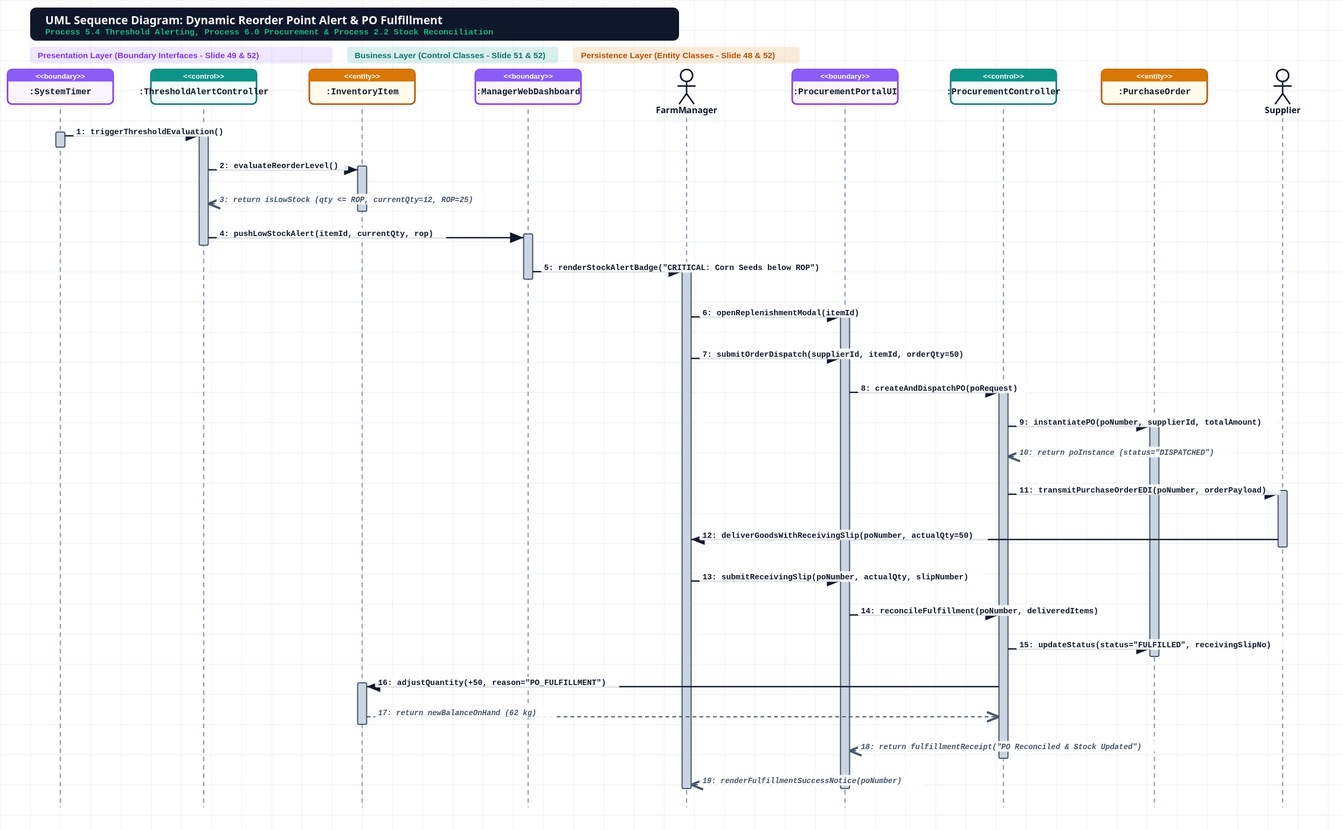
frhetto/Farm-Inventory-Manager keeps this draw.io diagram as diagrams/Sequence_Diagram_Procurement.svg. Above is the earlier version. Source tidied: cells renumbered, new cells last; positions are measured from the earlier drawing's top-left corner, leaving out a move shared by most shapes.
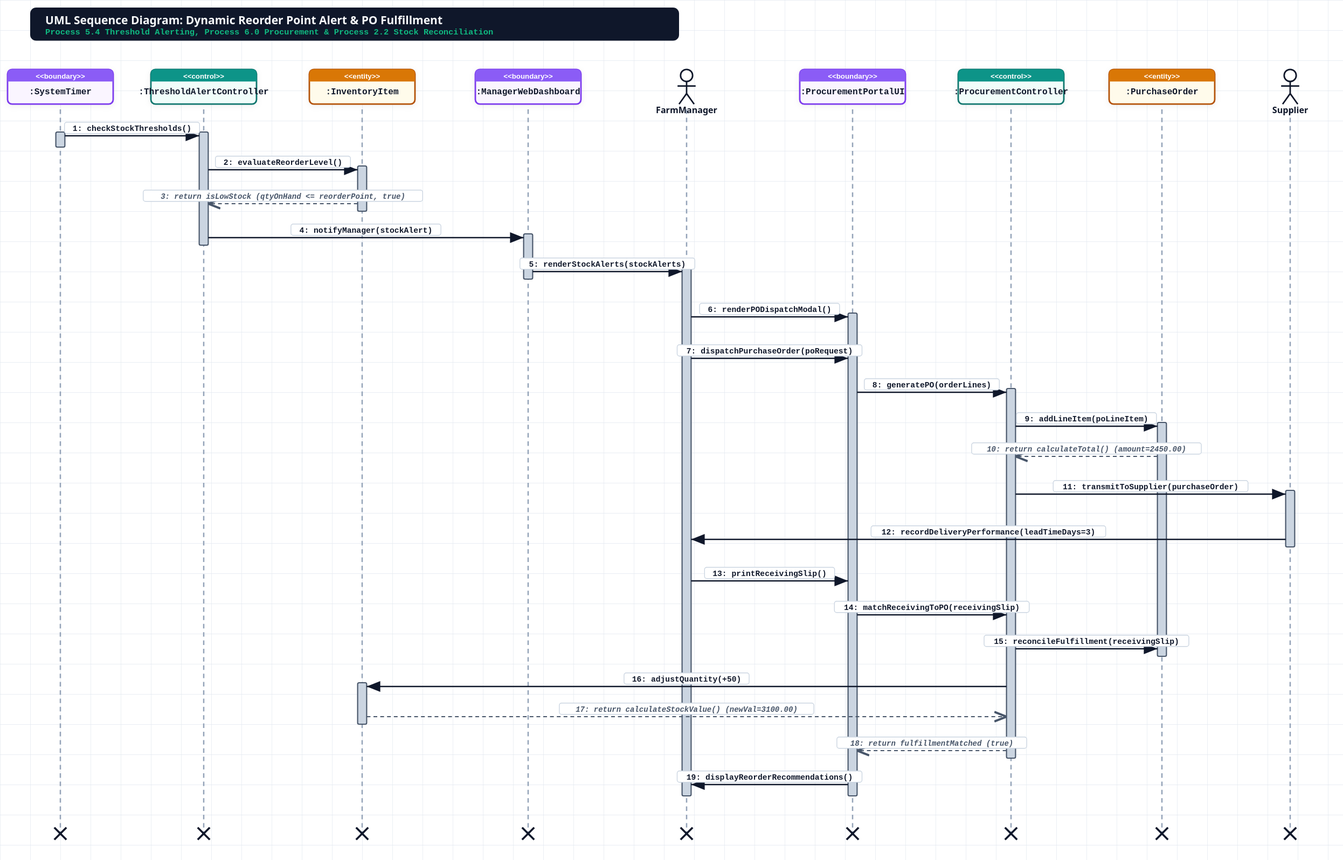
After the commit.

The edit, as a diff of the source:
```diff
@@ -3,33 +3,33 @@
     <mxCell id="0" />
     <mxCell id="1" parent="0" />
     <mxCell id="2" value=":SystemTimer" style="shape=umlLifeline;perimeter=lifelinePerimeter;whiteSpace=wrap;html=1;" parent="1" vertex="1">
-      <mxGeometry width="100" height="980" as="geometry" />
+      <mxGeometry width="100" height="1020" as="geometry" />
     </mxCell>
     <mxCell id="3" value=":ThresholdAlertController" style="shape=umlLifeline;perimeter=lifelinePerimeter;whiteSpace=wrap;html=1;" parent="1" vertex="1">
-      <mxGeometry x="190" width="100" height="980" as="geometry" />
+      <mxGeometry x="190" width="100" height="1020" as="geometry" />
     </mxCell>
     <mxCell id="4" value=":InventoryItem" style="shape=umlLifeline;perimeter=lifelinePerimeter;whiteSpace=wrap;html=1;" parent="1" vertex="1">
-      <mxGeometry x="400" width="100" height="980" as="geometry" />
+      <mxGeometry x="400" width="100" height="1020" as="geometry" />
     </mxCell>
     <mxCell id="5" value=":ManagerWebDashboard" style="shape=umlLifeline;perimeter=lifelinePerimeter;whiteSpace=wrap;html=1;" parent="1" vertex="1">
-      <mxGeometry x="620" width="100" height="980" as="geometry" />
+      <mxGeometry x="620" width="100" height="1020" as="geometry" />
     </mxCell>
     <mxCell id="6" value="FarmManager" style="shape=umlLifeline;perimeter=lifelinePerimeter;whiteSpace=wrap;html=1;" parent="1" vertex="1">
-      <mxGeometry x="830" width="100" height="980" as="geometry" />
+      <mxGeometry x="830" width="100" height="1020" as="geometry" />
     </mxCell>
     <mxCell id="7" value=":ProcurementPortalUI" style="shape=umlLifeline;perimeter=lifelinePerimeter;whiteSpace=wrap;html=1;" parent="1" vertex="1">
-      <mxGeometry x="1040" width="100" height="980" as="geometry" />
+      <mxGeometry x="1050" width="100" height="1020" as="geometry" />
     </mxCell>
     <mxCell id="8" value=":ProcurementController" style="shape=umlLifeline;perimeter=lifelinePerimeter;whiteSpace=wrap;html=1;" parent="1" vertex="1">
-      <mxGeometry x="1250" width="100" height="980" as="geometry" />
+      <mxGeometry x="1260" width="100" height="1020" as="geometry" />
     </mxCell>
     <mxCell id="9" value=":PurchaseOrder" style="shape=umlLifeline;perimeter=lifelinePerimeter;whiteSpace=wrap;html=1;" parent="1" vertex="1">
-      <mxGeometry x="1450" width="100" height="980" as="geometry" />
+      <mxGeometry x="1460" width="100" height="1020" as="geometry" />
     </mxCell>
     <mxCell id="10" value="Supplier" style="shape=umlLifeline;perimeter=lifelinePerimeter;whiteSpace=wrap;html=1;" parent="1" vertex="1">
-      <mxGeometry x="1620" width="100" height="980" as="geometry" />
+      <mxGeometry x="1630" width="100" height="1020" as="geometry" />
     </mxCell>
-    <mxCell id="11" value="1: triggerThresholdEvaluation()" style="edgeStyle=orthogonalEdgeStyle;rounded=0;orthogonalLoop=1;jettySize=auto;html=1;endArrow=block;strokeWidth=2;" parent="1" edge="1">
+    <mxCell id="11" value="1: checkStockThresholds()" style="edgeStyle=orthogonalEdgeStyle;rounded=0;orthogonalLoop=1;jettySize=auto;html=1;endArrow=block;strokeWidth=2;" parent="1" edge="1">
       <mxGeometry relative="1" as="geometry">
         <mxPoint x="50" y="90" as="sourcePoint" />
         <mxPoint x="240" y="90" as="targetPoint" />
@@ -41,105 +41,105 @@
         <mxPoint x="450" y="135" as="targetPoint" />
       </mxGeometry>
     </mxCell>
-    <mxCell id="13" value="3: return isLowStock (qty &lt;= ROP, currentQty=12, ROP=25)" style="edgeStyle=orthogonalEdgeStyle;rounded=0;orthogonalLoop=1;jettySize=auto;html=1;endArrow=open;dashed=1;strokeWidth=1.5;" parent="1" edge="1">
+    <mxCell id="13" value="3: return isLowStock (qtyOnHand &lt;= reorderPoint, true)" style="edgeStyle=orthogonalEdgeStyle;rounded=0;orthogonalLoop=1;jettySize=auto;html=1;endArrow=open;dashed=1;strokeWidth=1.5;" parent="1" edge="1">
       <mxGeometry relative="1" as="geometry">
         <mxPoint x="450" y="180" as="sourcePoint" />
         <mxPoint x="240" y="180" as="targetPoint" />
       </mxGeometry>
     </mxCell>
-    <mxCell id="14" value="4: pushLowStockAlert(itemId, currentQty, rop)" style="edgeStyle=orthogonalEdgeStyle;rounded=0;orthogonalLoop=1;jettySize=auto;html=1;endArrow=block;strokeWidth=2;" parent="1" edge="1">
+    <mxCell id="14" value="4: notifyManager(stockAlert)" style="edgeStyle=orthogonalEdgeStyle;rounded=0;orthogonalLoop=1;jettySize=auto;html=1;endArrow=block;strokeWidth=2;" parent="1" edge="1">
       <mxGeometry relative="1" as="geometry">
         <mxPoint x="240" y="225" as="sourcePoint" />
         <mxPoint x="670" y="225" as="targetPoint" />
       </mxGeometry>
     </mxCell>
-    <mxCell id="15" value="5: renderStockAlertBadge(&quot;CRITICAL: Corn Seeds below ROP&quot;)" style="edgeStyle=orthogonalEdgeStyle;rounded=0;orthogonalLoop=1;jettySize=auto;html=1;endArrow=block;strokeWidth=2;" parent="1" edge="1">
+    <mxCell id="15" value="5: renderStockAlerts(stockAlerts)" style="edgeStyle=orthogonalEdgeStyle;rounded=0;orthogonalLoop=1;jettySize=auto;html=1;endArrow=block;strokeWidth=2;" parent="1" edge="1">
       <mxGeometry relative="1" as="geometry">
         <mxPoint x="670" y="270" as="sourcePoint" />
         <mxPoint x="880" y="270" as="targetPoint" />
       </mxGeometry>
     </mxCell>
-    <mxCell id="16" value="6: openReplenishmentModal(itemId)" style="edgeStyle=orthogonalEdgeStyle;rounded=0;orthogonalLoop=1;jettySize=auto;html=1;endArrow=block;strokeWidth=2;" parent="1" edge="1">
+    <mxCell id="16" value="6: renderPODispatchModal()" style="edgeStyle=orthogonalEdgeStyle;rounded=0;orthogonalLoop=1;jettySize=auto;html=1;endArrow=block;strokeWidth=2;" parent="1" edge="1">
       <mxGeometry relative="1" as="geometry">
         <mxPoint x="880" y="330" as="sourcePoint" />
-        <mxPoint x="1090" y="330" as="targetPoint" />
+        <mxPoint x="1100" y="330" as="targetPoint" />
       </mxGeometry>
     </mxCell>
-    <mxCell id="17" value="7: submitOrderDispatch(supplierId, itemId, orderQty=50)" style="edgeStyle=orthogonalEdgeStyle;rounded=0;orthogonalLoop=1;jettySize=auto;html=1;endArrow=block;strokeWidth=2;" parent="1" edge="1">
+    <mxCell id="17" value="7: dispatchPurchaseOrder(poRequest)" style="edgeStyle=orthogonalEdgeStyle;rounded=0;orthogonalLoop=1;jettySize=auto;html=1;endArrow=block;strokeWidth=2;" parent="1" edge="1">
       <mxGeometry relative="1" as="geometry">
         <mxPoint x="880" y="385" as="sourcePoint" />
-        <mxPoint x="1090" y="385" as="targetPoint" />
+        <mxPoint x="1100" y="385" as="targetPoint" />
       </mxGeometry>
     </mxCell>
-    <mxCell id="18" value="8: createAndDispatchPO(poRequest)" style="edgeStyle=orthogonalEdgeStyle;rounded=0;orthogonalLoop=1;jettySize=auto;html=1;endArrow=block;strokeWidth=2;" parent="1" edge="1">
+    <mxCell id="18" value="8: generatePO(orderLines)" style="edgeStyle=orthogonalEdgeStyle;rounded=0;orthogonalLoop=1;jettySize=auto;html=1;endArrow=block;strokeWidth=2;" parent="1" edge="1">
       <mxGeometry relative="1" as="geometry">
-        <mxPoint x="1090" y="430" as="sourcePoint" />
-        <mxPoint x="1300" y="430" as="targetPoint" />
+        <mxPoint x="1100" y="430" as="sourcePoint" />
+        <mxPoint x="1310" y="430" as="targetPoint" />
       </mxGeometry>
     </mxCell>
-    <mxCell id="19" value="9: instantiatePO(poNumber, supplierId, totalAmount)" style="edgeStyle=orthogonalEdgeStyle;rounded=0;orthogonalLoop=1;jettySize=auto;html=1;endArrow=block;strokeWidth=2;" parent="1" edge="1">
+    <mxCell id="19" value="9: addLineItem(poLineItem)" style="edgeStyle=orthogonalEdgeStyle;rounded=0;orthogonalLoop=1;jettySize=auto;html=1;endArrow=block;strokeWidth=2;" parent="1" edge="1">
       <mxGeometry relative="1" as="geometry">
-        <mxPoint x="1300" y="475" as="sourcePoint" />
-        <mxPoint x="1500" y="475" as="targetPoint" />
+        <mxPoint x="1310" y="475" as="sourcePoint" />
+        <mxPoint x="1510" y="475" as="targetPoint" />
       </mxGeometry>
     </mxCell>
-    <mxCell id="20" value="10: return poInstance (status=&quot;DISPATCHED&quot;)" style="edgeStyle=orthogonalEdgeStyle;rounded=0;orthogonalLoop=1;jettySize=auto;html=1;endArrow=open;dashed=1;strokeWidth=1.5;" parent="1" edge="1">
+    <mxCell id="20" value="10: return calculateTotal() (amount=2450.00)" style="edgeStyle=orthogonalEdgeStyle;rounded=0;orthogonalLoop=1;jettySize=auto;html=1;endArrow=open;dashed=1;strokeWidth=1.5;" parent="1" edge="1">
       <mxGeometry relative="1" as="geometry">
-        <mxPoint x="1500" y="515" as="sourcePoint" />
-        <mxPoint x="1300" y="515" as="targetPoint" />
+        <mxPoint x="1510" y="515" as="sourcePoint" />
+        <mxPoint x="1310" y="515" as="targetPoint" />
       </mxGeometry>
     </mxCell>
-    <mxCell id="21" value="11: transmitPurchaseOrderEDI(poNumber, orderPayload)" style="edgeStyle=orthogonalEdgeStyle;rounded=0;orthogonalLoop=1;jettySize=auto;html=1;endArrow=block;strokeWidth=2;" parent="1" edge="1">
+    <mxCell id="21" value="11: transmitToSupplier(purchaseOrder)" style="edgeStyle=orthogonalEdgeStyle;rounded=0;orthogonalLoop=1;jettySize=auto;html=1;endArrow=block;strokeWidth=2;" parent="1" edge="1">
       <mxGeometry relative="1" as="geometry">
-        <mxPoint x="1300" y="565" as="sourcePoint" />
-        <mxPoint x="1670" y="565" as="targetPoint" />
+        <mxPoint x="1310" y="565" as="sourcePoint" />
+        <mxPoint x="1680" y="565" as="targetPoint" />
       </mxGeometry>
     </mxCell>
-    <mxCell id="22" value="12: deliverGoodsWithReceivingSlip(poNumber, actualQty=50)" style="edgeStyle=orthogonalEdgeStyle;rounded=0;orthogonalLoop=1;jettySize=auto;html=1;endArrow=block;strokeWidth=2;" parent="1" edge="1">
+    <mxCell id="22" value="12: recordDeliveryPerformance(leadTimeDays=3)" style="edgeStyle=orthogonalEdgeStyle;rounded=0;orthogonalLoop=1;jettySize=auto;html=1;endArrow=block;strokeWidth=2;" parent="1" edge="1">
       <mxGeometry relative="1" as="geometry">
-        <mxPoint x="1670" y="625" as="sourcePoint" />
+        <mxPoint x="1680" y="625" as="sourcePoint" />
         <mxPoint x="880" y="625" as="targetPoint" />
       </mxGeometry>
     </mxCell>
-    <mxCell id="23" value="13: submitReceivingSlip(poNumber, actualQty, slipNumber)" style="edgeStyle=orthogonalEdgeStyle;rounded=0;orthogonalLoop=1;jettySize=auto;html=1;endArrow=block;strokeWidth=2;" parent="1" edge="1">
+    <mxCell id="23" value="13: printReceivingSlip()" style="edgeStyle=orthogonalEdgeStyle;rounded=0;orthogonalLoop=1;jettySize=auto;html=1;endArrow=block;strokeWidth=2;" parent="1" edge="1">
       <mxGeometry relative="1" as="geometry">
         <mxPoint x="880" y="680" as="sourcePoint" />
-        <mxPoint x="1090" y="680" as="targetPoint" />
+        <mxPoint x="1100" y="680" as="targetPoint" />
       </mxGeometry>
     </mxCell>
-    <mxCell id="24" value="14: reconcileFulfillment(poNumber, deliveredItems)" style="edgeStyle=orthogonalEdgeStyle;rounded=0;orthogonalLoop=1;jettySize=auto;html=1;endArrow=block;strokeWidth=2;" parent="1" edge="1">
+    <mxCell id="24" value="14: matchReceivingToPO(receivingSlip)" style="edgeStyle=orthogonalEdgeStyle;rounded=0;orthogonalLoop=1;jettySize=auto;html=1;endArrow=block;strokeWidth=2;" parent="1" edge="1">
       <mxGeometry relative="1" as="geometry">
-        <mxPoint x="1090" y="725" as="sourcePoint" />
-        <mxPoint x="1300" y="725" as="targetPoint" />
+        <mxPoint x="1100" y="725" as="sourcePoint" />
+        <mxPoint x="1310" y="725" as="targetPoint" />
       </mxGeometry>
     </mxCell>
-    <mxCell id="25" value="15: updateStatus(status=&quot;FULFILLED&quot;, receivingSlipNo)" style="edgeStyle=orthogonalEdgeStyle;rounded=0;orthogonalLoop=1;jettySize=auto;html=1;endArrow=block;strokeWidth=2;" parent="1" edge="1">
+    <mxCell id="25" value="15: reconcileFulfillment(receivingSlip)" style="edgeStyle=orthogonalEdgeStyle;rounded=0;orthogonalLoop=1;jettySize=auto;html=1;endArrow=block;strokeWidth=2;" parent="1" edge="1">
       <mxGeometry relative="1" as="geometry">
-        <mxPoint x="1300" y="770" as="sourcePoint" />
-        <mxPoint x="1500" y="770" as="targetPoint" />
+        <mxPoint x="1310" y="770" as="sourcePoint" />
+        <mxPoint x="1510" y="770" as="targetPoint" />
       </mxGeometry>
     </mxCell>
-    <mxCell id="26" value="16: adjustQuantity(+50, reason=&quot;PO_FULFILLMENT&quot;)" style="edgeStyle=orthogonalEdgeStyle;rounded=0;orthogonalLoop=1;jettySize=auto;html=1;endArrow=block;strokeWidth=2;" parent="1" edge="1">
+    <mxCell id="26" value="16: adjustQuantity(+50)" style="edgeStyle=orthogonalEdgeStyle;rounded=0;orthogonalLoop=1;jettySize=auto;html=1;endArrow=block;strokeWidth=2;" parent="1" edge="1">
       <mxGeometry relative="1" as="geometry">
-        <mxPoint x="1300" y="820" as="sourcePoint" />
+        <mxPoint x="1310" y="820" as="sourcePoint" />
         <mxPoint x="450" y="820" as="targetPoint" />
       </mxGeometry>
     </mxCell>
-    <mxCell id="27" value="17: return newBalanceOnHand (62 kg)" style="edgeStyle=orthogonalEdgeStyle;rounded=0;orthogonalLoop=1;jettySize=auto;html=1;endArrow=open;dashed=1;strokeWidth=1.5;" parent="1" edge="1">
+    <mxCell id="27" value="17: return calculateStockValue() (newVal=3100.00)" style="edgeStyle=orthogonalEdgeStyle;rounded=0;orthogonalLoop=1;jettySize=auto;html=1;endArrow=open;dashed=1;strokeWidth=1.5;" parent="1" edge="1">
       <mxGeometry relative="1" as="geometry">
         <mxPoint x="450" y="860" as="sourcePoint" />
-        <mxPoint x="1300" y="860" as="targetPoint" />
+        <mxPoint x="1310" y="860" as="targetPoint" />
       </mxGeometry>
     </mxCell>
-    <mxCell id="28" value="18: return fulfillmentReceipt(&quot;PO Reconciled &amp; Stock Updated&quot;)" style="edgeStyle=orthogonalEdgeStyle;rounded=0;orthogonalLoop=1;jettySize=auto;html=1;endArrow=open;dashed=1;strokeWidth=1.5;" parent="1" edge="1">
+    <mxCell id="28" value="18: return fulfillmentMatched (true)" style="edgeStyle=orthogonalEdgeStyle;rounded=0;orthogonalLoop=1;jettySize=auto;html=1;endArrow=open;dashed=1;strokeWidth=1.5;" parent="1" edge="1">
       <mxGeometry relative="1" as="geometry">
-        <mxPoint x="1300" y="905" as="sourcePoint" />
-        <mxPoint x="1090" y="905" as="targetPoint" />
+        <mxPoint x="1310" y="905" as="sourcePoint" />
+        <mxPoint x="1100" y="905" as="targetPoint" />
       </mxGeometry>
     </mxCell>
-    <mxCell id="29" value="19: renderFulfillmentSuccessNotice(poNumber)" style="edgeStyle=orthogonalEdgeStyle;rounded=0;orthogonalLoop=1;jettySize=auto;html=1;endArrow=open;dashed=1;strokeWidth=1.5;" parent="1" edge="1">
+    <mxCell id="29" value="19: displayReorderRecommendations()" style="edgeStyle=orthogonalEdgeStyle;rounded=0;orthogonalLoop=1;jettySize=auto;html=1;endArrow=block;strokeWidth=2;" parent="1" edge="1">
       <mxGeometry relative="1" as="geometry">
-        <mxPoint x="1090" y="950" as="sourcePoint" />
+        <mxPoint x="1100" y="950" as="sourcePoint" />
         <mxPoint x="880" y="950" as="targetPoint" />
       </mxGeometry>
     </mxCell>
```
